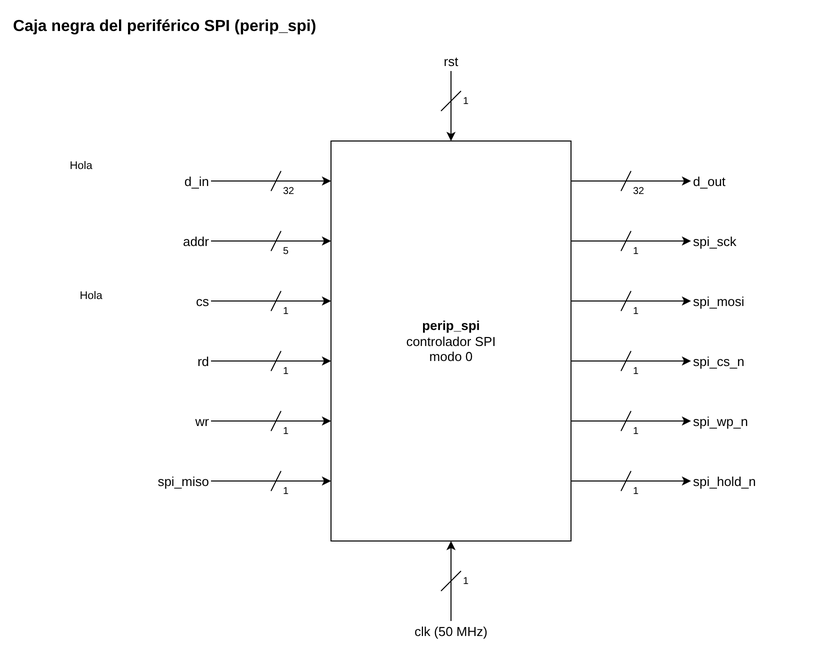
Above: grupo1-memoria-externa/docs/diagramas/1-caja-negra/Grupo1_Caja_Negra_SPI.drawio.png in wwilchesc/pruebas (draw.io), before the change. Source tidied: cells renumbered, new cells last; positions are measured from the earlier drawing's top-left corner, leaving out a move shared by most shapes.
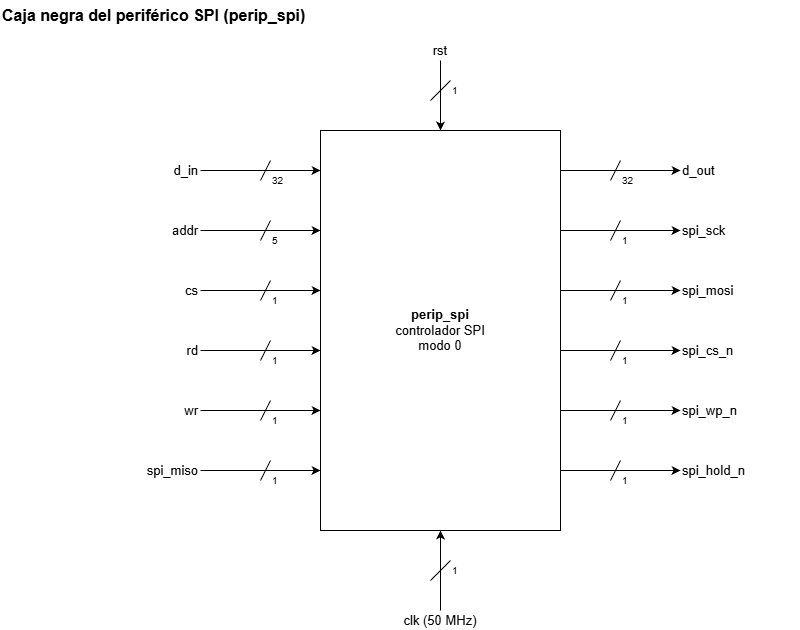
Above is the later version.

The edit, as a diff of the source:
```diff
@@ -218,11 +218,5 @@
     <mxCell id="59" value="1" style="text;html=1;align=left;verticalAlign=middle;whiteSpace=wrap;rounded=0;fontSize=10;" parent="1" vertex="1">
       <mxGeometry x="450" y="560" width="20" height="20" as="geometry" />
     </mxCell>
-    <mxCell id="60" value="Hola" style="text;html=1;whiteSpace=wrap;strokeColor=none;fillColor=none;align=center;verticalAlign=middle;rounded=0;" parent="1" vertex="1">
-      <mxGeometry x="50" y="270" width="60" height="30" as="geometry" />
-    </mxCell>
-    <mxCell id="61" value="Hola" style="text;html=1;whiteSpace=wrap;strokeColor=none;fillColor=none;align=center;verticalAlign=middle;rounded=0;" parent="1" vertex="1">
-      <mxGeometry x="40" y="140" width="60" height="30" as="geometry" />
-    </mxCell>
   </root>
 </mxGraphModel>
```
